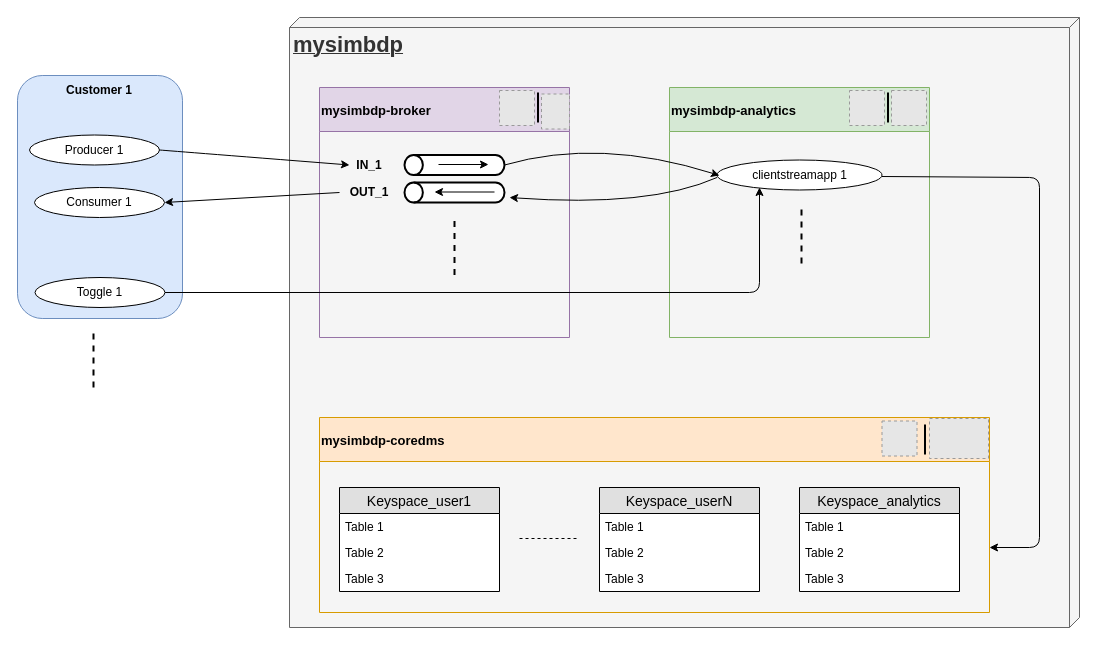
Before: assignment-3-784915/reports/figures/schema.drawio in ant-louis/big-data-platform, a draw.io diagram. Source tidied: cells renumbered, new cells numbered last; positions are measured from the earlier drawing's top-left corner, leaving out a move shared by most shapes. Both pictures are drawn from the tidied source at 100%, with x=0, y=0 at pixel (17, 17). Pictures stored in the file or linked from it are replaced by grey dashed boxes.
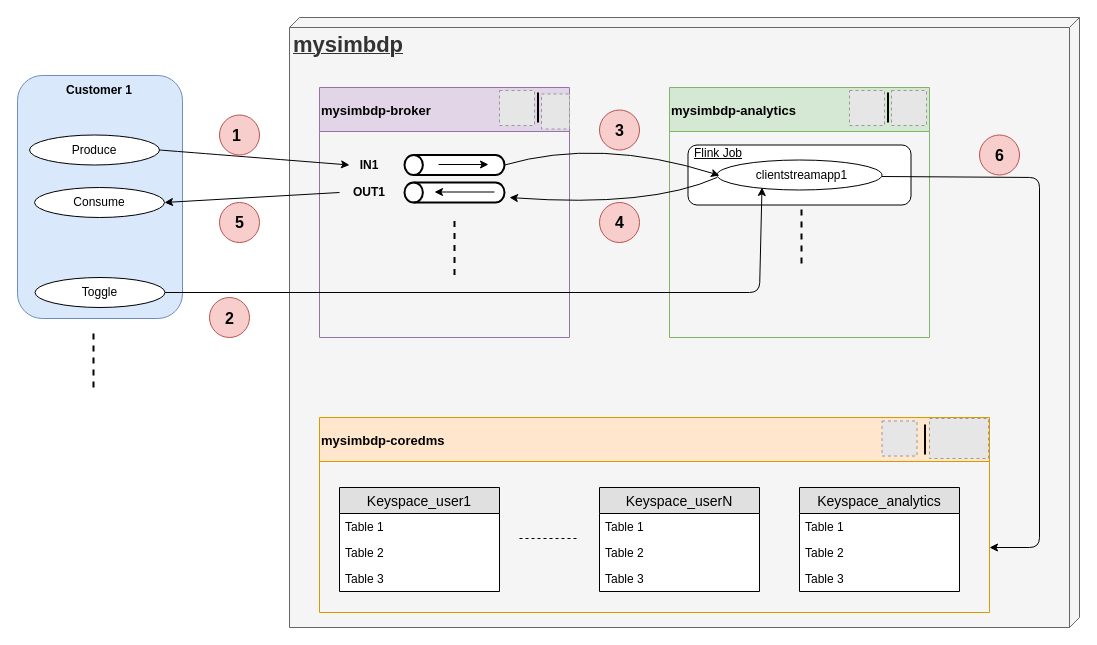
After the change.

The edit, as a diff of the source:
```diff
@@
-    <mxCell id="9" value="&lt;b&gt;IN_1&lt;/b&gt;" style="text;html=1;strokeColor=none;fillColor=none;align=center;verticalAlign=middle;whiteSpace=wrap;rounded=0;" parent="1" vertex="1">
+    <mxCell id="9" value="&lt;b&gt;IN1&lt;/b&gt;" style="text;html=1;strokeColor=none;fillColor=none;align=center;verticalAlign=middle;whiteSpace=wrap;rounded=0;" parent="1" vertex="1">
       <mxGeometry x="332" y="137.5" width="40" height="20" as="geometry" />
     </mxCell>
-    <mxCell id="10" value="&lt;b&gt;OUT_1&lt;/b&gt;" style="text;html=1;strokeColor=none;fillColor=none;align=center;verticalAlign=middle;whiteSpace=wrap;rounded=0;" parent="1" vertex="1">
+    <mxCell id="10" value="&lt;b&gt;OUT1&lt;/b&gt;" style="text;html=1;strokeColor=none;fillColor=none;align=center;verticalAlign=middle;whiteSpace=wrap;rounded=0;" parent="1" vertex="1">
       <mxGeometry x="332" y="165" width="40" height="20" as="geometry" />
     </mxCell>
@@
-    <mxCell id="17" style="ellipse;whiteSpace=wrap;html=1;" parent="1" vertex="1">
-      <mxGeometry x="699.5" y="142.5" width="165" height="30" as="geometry" />
-    </mxCell>
-    <mxCell id="18" value="clientstreamapp 1" style="text;html=1;strokeColor=none;fillColor=none;align=center;verticalAlign=middle;whiteSpace=wrap;rounded=0;" parent="1" vertex="1">
-      <mxGeometry x="729.5" y="147.5" width="105" height="20" as="geometry" />
-    </mxCell>
@@
-    <mxCell id="20" style="endArrow=classic;html=1;strokeWidth=1;fontSize=13;curved=1;" parent="1" edge="1">
-      <mxGeometry relative="1" as="geometry">
-        <mxPoint x="699.5" y="160" as="sourcePoint" />
-        <mxPoint x="492" y="180" as="targetPoint" />
-        <Array as="points">
-          <mxPoint x="632" y="190" />
-        </Array>
-      </mxGeometry>
-    </mxCell>
-    <mxCell id="21" style="endArrow=classic;html=1;strokeWidth=1;fontSize=13;curved=1;" parent="1" edge="1">
-      <mxGeometry relative="1" as="geometry">
-        <mxPoint x="487" y="147.5" as="sourcePoint" />
-        <mxPoint x="702" y="158" as="targetPoint" />
-        <Array as="points">
-          <mxPoint x="582" y="120" />
-        </Array>
-      </mxGeometry>
-    </mxCell>
@@
-    <mxCell id="39" style="endArrow=classic;html=1;strokeWidth=1;fontSize=13;" parent="1" edge="1">
-      <mxGeometry relative="1" as="geometry">
-        <mxPoint x="864.5" y="159" as="sourcePoint" />
-        <mxPoint x="972" y="530" as="targetPoint" />
-        <Array as="points">
-          <mxPoint x="1022" y="160" />
-          <mxPoint x="1022" y="530" />
-          <mxPoint x="972" y="530" />
-        </Array>
-      </mxGeometry>
-    </mxCell>
@@
-    <mxCell id="48" value="Producer 1" style="text;html=1;strokeColor=none;fillColor=none;align=center;verticalAlign=middle;whiteSpace=wrap;rounded=0;" parent="1" vertex="1">
+    <mxCell id="48" value="Produce" style="text;html=1;strokeColor=none;fillColor=none;align=center;verticalAlign=middle;whiteSpace=wrap;rounded=0;" parent="1" vertex="1">
       <mxGeometry x="32" y="122.5" width="90" height="20" as="geometry" />
     </mxCell>
-    <mxCell id="49" value="Consumer 1" style="text;html=1;strokeColor=none;fillColor=none;align=center;verticalAlign=middle;whiteSpace=wrap;rounded=0;" parent="1" vertex="1">
+    <mxCell id="49" value="Consume" style="text;html=1;strokeColor=none;fillColor=none;align=center;verticalAlign=middle;whiteSpace=wrap;rounded=0;" parent="1" vertex="1">
       <mxGeometry x="37" y="175" width="90" height="20" as="geometry" />
     </mxCell>
@@
-    <mxCell id="51" value="Toggle 1" style="text;html=1;strokeColor=none;fillColor=none;align=center;verticalAlign=middle;whiteSpace=wrap;rounded=0;" parent="1" vertex="1">
+    <mxCell id="51" value="Toggle" style="text;html=1;strokeColor=none;fillColor=none;align=center;verticalAlign=middle;whiteSpace=wrap;rounded=0;" parent="1" vertex="1">
       <mxGeometry x="24.5" y="265" width="115" height="20" as="geometry" />
     </mxCell>
+    <mxCell id="53" style="rounded=1;whiteSpace=wrap;html=1;" parent="1" vertex="1">
+      <mxGeometry x="670.5" y="127.5" width="223" height="60" as="geometry" />
+    </mxCell>
+    <mxCell id="17" style="ellipse;whiteSpace=wrap;html=1;" parent="1" vertex="1">
+      <mxGeometry x="699.5" y="142.5" width="165" height="30" as="geometry" />
+    </mxCell>
+    <mxCell id="18" value="clientstreamapp1" style="text;html=1;strokeColor=none;fillColor=none;align=center;verticalAlign=middle;whiteSpace=wrap;rounded=0;" parent="1" vertex="1">
+      <mxGeometry x="732" y="147.5" width="105" height="20" as="geometry" />
+    </mxCell>
+    <mxCell id="20" style="endArrow=classic;html=1;strokeWidth=1;fontSize=13;curved=1;" parent="1" edge="1">
+      <mxGeometry relative="1" as="geometry">
+        <mxPoint x="699.5" y="160" as="sourcePoint" />
+        <mxPoint x="492" y="180" as="targetPoint" />
+        <Array as="points">
+          <mxPoint x="632" y="190" />
+        </Array>
+      </mxGeometry>
+    </mxCell>
+    <mxCell id="21" style="endArrow=classic;html=1;strokeWidth=1;fontSize=13;curved=1;" parent="1" edge="1">
+      <mxGeometry relative="1" as="geometry">
+        <mxPoint x="487" y="147.5" as="sourcePoint" />
+        <mxPoint x="702" y="158" as="targetPoint" />
+        <Array as="points">
+          <mxPoint x="582" y="120" />
+        </Array>
+      </mxGeometry>
+    </mxCell>
+    <mxCell id="39" style="endArrow=classic;html=1;strokeWidth=1;fontSize=13;" parent="1" edge="1">
+      <mxGeometry relative="1" as="geometry">
+        <mxPoint x="864.5" y="159" as="sourcePoint" />
+        <mxPoint x="972" y="530" as="targetPoint" />
+        <Array as="points">
+          <mxPoint x="1022" y="160" />
+          <mxPoint x="1022" y="530" />
+          <mxPoint x="972" y="530" />
+        </Array>
+      </mxGeometry>
+    </mxCell>
@@
+    <mxCell id="54" value="&lt;u&gt;Flink Job&lt;/u&gt;" style="text;html=1;strokeColor=none;fillColor=none;align=center;verticalAlign=middle;whiteSpace=wrap;rounded=0;" parent="1" vertex="1">
+      <mxGeometry x="656" y="125.5" width="90" height="20" as="geometry" />
+    </mxCell>
+    <mxCell id="55" style="ellipse;whiteSpace=wrap;html=1;fillColor=#f8cecc;strokeColor=#b85450;" parent="1" vertex="1">
+      <mxGeometry x="202" y="97.5" width="40" height="40" as="geometry" />
+    </mxCell>
+    <mxCell id="56" style="ellipse;whiteSpace=wrap;html=1;fillColor=#f8cecc;strokeColor=#b85450;" parent="1" vertex="1">
+      <mxGeometry x="582" y="92.5" width="40" height="40" as="geometry" />
+    </mxCell>
+    <mxCell id="57" style="ellipse;whiteSpace=wrap;html=1;fillColor=#f8cecc;strokeColor=#b85450;" parent="1" vertex="1">
+      <mxGeometry x="192" y="280" width="40" height="40" as="geometry" />
+    </mxCell>
+    <mxCell id="58" style="ellipse;whiteSpace=wrap;html=1;fillColor=#f8cecc;strokeColor=#b85450;" parent="1" vertex="1">
+      <mxGeometry x="582" y="185" width="40" height="40" as="geometry" />
+    </mxCell>
+    <mxCell id="59" style="ellipse;whiteSpace=wrap;html=1;fillColor=#f8cecc;strokeColor=#b85450;" parent="1" vertex="1">
+      <mxGeometry x="202" y="185" width="40" height="40" as="geometry" />
+    </mxCell>
+    <mxCell id="60" style="ellipse;whiteSpace=wrap;html=1;fillColor=#f8cecc;strokeColor=#b85450;" parent="1" vertex="1">
+      <mxGeometry x="962" y="117.5" width="40" height="40" as="geometry" />
+    </mxCell>
+    <mxCell id="61" value="&lt;font style=&quot;font-size: 16px&quot;&gt;&lt;b&gt;1&lt;/b&gt;&lt;/font&gt;" style="text;html=1;strokeColor=none;fillColor=none;align=center;verticalAlign=middle;whiteSpace=wrap;rounded=0;" parent="1" vertex="1">
+      <mxGeometry x="202" y="107.5" width="35" height="20" as="geometry" />
+    </mxCell>
+    <mxCell id="62" value="&lt;font style=&quot;font-size: 16px&quot;&gt;&lt;b&gt;3&lt;/b&gt;&lt;/font&gt;" style="text;html=1;strokeColor=none;fillColor=none;align=center;verticalAlign=middle;whiteSpace=wrap;rounded=0;" parent="1" vertex="1">
+      <mxGeometry x="584.5" y="102.5" width="35" height="20" as="geometry" />
+    </mxCell>
+    <mxCell id="63" value="&lt;font size=&quot;1&quot;&gt;&lt;b style=&quot;font-size: 16px&quot;&gt;4&lt;/b&gt;&lt;/font&gt;" style="text;html=1;strokeColor=none;fillColor=none;align=center;verticalAlign=middle;whiteSpace=wrap;rounded=0;" parent="1" vertex="1">
+      <mxGeometry x="584.5" y="195" width="35" height="20" as="geometry" />
+    </mxCell>
+    <mxCell id="64" value="&lt;font style=&quot;font-size: 16px&quot;&gt;&lt;b&gt;&lt;font style=&quot;font-size: 16px&quot;&gt;2&lt;/font&gt;&lt;/b&gt;&lt;/font&gt;" style="text;html=1;strokeColor=none;fillColor=none;align=center;verticalAlign=middle;whiteSpace=wrap;rounded=0;" parent="1" vertex="1">
+      <mxGeometry x="194.5" y="291" width="35" height="20" as="geometry" />
+    </mxCell>
+    <mxCell id="65" value="&lt;font size=&quot;1&quot;&gt;&lt;b style=&quot;font-size: 16px&quot;&gt;5&lt;/b&gt;&lt;/font&gt;" style="text;html=1;strokeColor=none;fillColor=none;align=center;verticalAlign=middle;whiteSpace=wrap;rounded=0;" parent="1" vertex="1">
+      <mxGeometry x="204.5" y="195" width="35" height="20" as="geometry" />
+    </mxCell>
+    <mxCell id="66" value="&lt;font size=&quot;1&quot;&gt;&lt;b style=&quot;font-size: 16px&quot;&gt;6&lt;/b&gt;&lt;/font&gt;" style="text;html=1;strokeColor=none;fillColor=none;align=center;verticalAlign=middle;whiteSpace=wrap;rounded=0;" parent="1" vertex="1">
+      <mxGeometry x="964.5" y="127.5" width="35" height="20" as="geometry" />
+    </mxCell>
```
